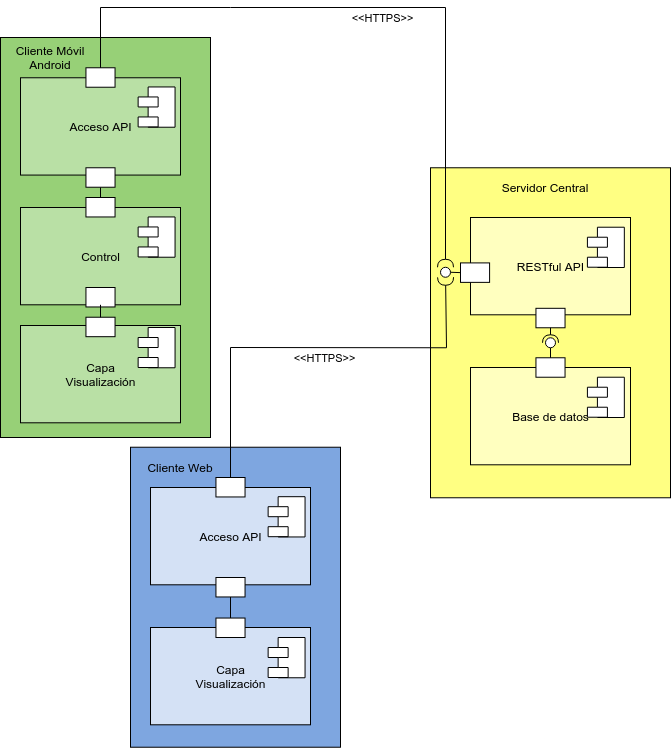
Before: images/componentes_despliegue.png, a diagram exported from draw.io (UNIZAR-30226-2021-11/plan-GADM-proyecto). Source tidied: cells renumbered, new cells last; positions are measured from the earlier drawing's top-left corner, leaving out a move shared by most shapes.
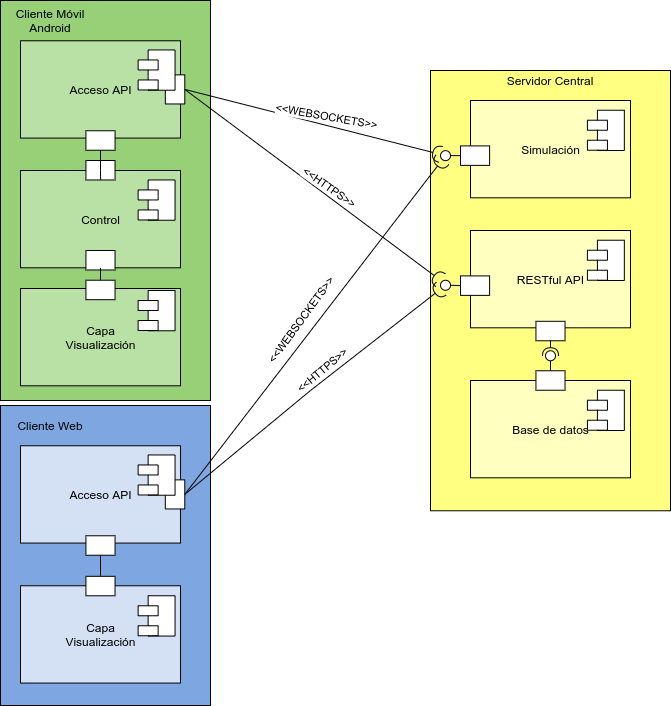
The same diagram one commit later.

Commit message:
Modificado diagrama componentes

Diff of the diagram source:
```diff
@@ -2,65 +2,113 @@
   <root>
     <mxCell id="0" />
     <mxCell id="1" parent="0" />
+    <mxCell id="20" style="rounded=0;whiteSpace=wrap;html=1;fillColor=#ffff82;" parent="1" vertex="1">
+      <mxGeometry x="430" y="50" width="240" height="440.3" as="geometry" />
+    </mxCell>
     <mxCell id="2" style="group;" parent="1" vertex="1">
       <mxGeometry x="20" y="80.3" width="200" height="349.7" as="geometry" />
     </mxCell>
     <mxCell id="3" style="group;" parent="2" vertex="1">
       <mxGeometry y="9.7" width="200" height="340" as="geometry" />
     </mxCell>
+    <mxCell id="56" style="group;" parent="3" vertex="1">
+      <mxGeometry x="-20" y="-110" width="210" height="400" as="geometry" />
+    </mxCell>
-    <mxCell id="4" style="rounded=0;whiteSpace=wrap;html=1;fillColor=#97D077;" parent="3" vertex="1">
-      <mxGeometry x="-20" y="-60" width="210" height="400" as="geometry" />
+    <mxCell id="4" style="rounded=0;whiteSpace=wrap;html=1;fillColor=#97D077;" parent="56" vertex="1">
+      <mxGeometry width="210" height="400" as="geometry" />
     </mxCell>
-    <mxCell id="5" value="Acceso API" style="html=1;fillColor=#B9E0A5;" parent="3" vertex="1">
-      <mxGeometry y="-19.7" width="160" height="97.3" as="geometry" />
+    <mxCell id="5" value="Acceso API" style="html=1;fillColor=#B9E0A5;" parent="56" vertex="1">
+      <mxGeometry x="20" y="40.3" width="160" height="97.3" as="geometry" />
     </mxCell>
-    <mxCell id="6" style="whiteSpace=wrap;html=1;" parent="3" vertex="1">
-      <mxGeometry x="65.5" y="-29.7" width="29.1" height="19.5" as="geometry" />
+    <mxCell id="6" style="whiteSpace=wrap;html=1;rotation=90;" parent="56" vertex="1">
+      <mxGeometry x="160" y="79.2" width="29.1" height="19.5" as="geometry" />
     </mxCell>
-    <mxCell id="7" style="shape=module;align=left;spacingLeft=20;align=center;verticalAlign=top;" parent="3" vertex="1">
-      <mxGeometry x="117.6" y="-10.5" width="36.9" height="40.3" as="geometry" />
+    <mxCell id="7" style="shape=module;align=left;spacingLeft=20;align=center;verticalAlign=top;" parent="56" vertex="1">
+      <mxGeometry x="137.6" y="49.5" width="36.9" height="40.3" as="geometry" />
     </mxCell>
-    <mxCell id="8" value="Cliente Móvil&lt;br&gt;Android" style="text;html=1;strokeColor=none;fillColor=none;align=center;verticalAlign=middle;whiteSpace=wrap;rounded=0;" parent="3" vertex="1">
-      <mxGeometry x="-20" y="-49.7" width="100" height="20" as="geometry" />
+    <mxCell id="8" value="Cliente Móvil&lt;br&gt;Android" style="text;html=1;strokeColor=none;fillColor=none;align=center;verticalAlign=middle;whiteSpace=wrap;rounded=0;" parent="56" vertex="1">
+      <mxGeometry y="10.3" width="100" height="20" as="geometry" />
     </mxCell>
-    <mxCell id="9" value="Capa&lt;br&gt;Visualización" style="html=1;fillColor=#B9E0A5;" parent="3" vertex="1">
-      <mxGeometry y="228" width="160" height="97.3" as="geometry" />
+    <mxCell id="9" value="Capa&lt;br&gt;Visualización" style="html=1;fillColor=#B9E0A5;" parent="56" vertex="1">
+      <mxGeometry x="20" y="288" width="160" height="97.3" as="geometry" />
     </mxCell>
-    <mxCell id="10" style="shape=module;align=left;spacingLeft=20;align=center;verticalAlign=top;" parent="3" vertex="1">
-      <mxGeometry x="117.6" y="230" width="36.9" height="40.3" as="geometry" />
+    <mxCell id="10" style="shape=module;align=left;spacingLeft=20;align=center;verticalAlign=top;" parent="56" vertex="1">
+      <mxGeometry x="137.6" y="290" width="36.9" height="40.3" as="geometry" />
     </mxCell>
-    <mxCell id="11" style="edgeStyle=orthogonalEdgeStyle;rounded=0;jettySize=auto;html=1;exitX=0.5;exitY=1;exitDx=0;exitDy=0;endArrow=none;endFill=0;strokeColor=#000000;" parent="3" edge="1" source="12" target="14">
-      <mxGeometry relative="1" as="geometry" />
-    </mxCell>
-    <mxCell id="12" style="whiteSpace=wrap;html=1;" parent="3" vertex="1">
-      <mxGeometry x="65.5" y="70.3" width="29.1" height="19.5" as="geometry" />
+    <mxCell id="12" style="whiteSpace=wrap;html=1;" parent="56" vertex="1">
+      <mxGeometry x="85.5" y="130.3" width="29.1" height="19.5" as="geometry" />
     </mxCell>
-    <mxCell id="13" value="Control" style="html=1;fillColor=#B9E0A5;" parent="3" vertex="1">
-      <mxGeometry y="110" width="160" height="97.3" as="geometry" />
+    <mxCell id="13" value="Control" style="html=1;fillColor=#B9E0A5;" parent="56" vertex="1">
+      <mxGeometry x="20" y="170" width="160" height="97.3" as="geometry" />
     </mxCell>
-    <mxCell id="14" style="whiteSpace=wrap;html=1;" parent="3" vertex="1">
-      <mxGeometry x="65.5" y="100" width="29.1" height="19.5" as="geometry" />
+    <mxCell id="14" style="whiteSpace=wrap;html=1;" parent="56" vertex="1">
+      <mxGeometry x="85.5" y="160" width="29.1" height="19.5" as="geometry" />
     </mxCell>
+    <mxCell id="11" style="edgeStyle=orthogonalEdgeStyle;rounded=0;jettySize=auto;html=1;exitX=0.5;exitY=1;exitDx=0;exitDy=0;endArrow=none;endFill=0;strokeColor=#000000;" parent="56" edge="1" source="12" target="14">
+      <mxGeometry relative="1" as="geometry" />
+    </mxCell>
-    <mxCell id="15" style="shape=module;align=left;spacingLeft=20;align=center;verticalAlign=top;" parent="3" vertex="1">
-      <mxGeometry x="117.6" y="119.5" width="36.9" height="40.3" as="geometry" />
+    <mxCell id="15" style="shape=module;align=left;spacingLeft=20;align=center;verticalAlign=top;" parent="56" vertex="1">
+      <mxGeometry x="137.6" y="179.5" width="36.9" height="40.3" as="geometry" />
     </mxCell>
-    <mxCell id="16" style="whiteSpace=wrap;html=1;" parent="3" vertex="1">
-      <mxGeometry x="65.5" y="190" width="29.1" height="19.5" as="geometry" />
+    <mxCell id="16" style="whiteSpace=wrap;html=1;" parent="56" vertex="1">
+      <mxGeometry x="85.5" y="250" width="29.1" height="19.5" as="geometry" />
     </mxCell>
-    <mxCell id="17" style="whiteSpace=wrap;html=1;" parent="3" vertex="1">
-      <mxGeometry x="65.5" y="219.7" width="29.1" height="19.5" as="geometry" />
+    <mxCell id="17" style="whiteSpace=wrap;html=1;" parent="56" vertex="1">
+      <mxGeometry x="85.5" y="279.7" width="29.1" height="19.5" as="geometry" />
     </mxCell>
-    <mxCell id="18" style="endArrow=none;html=1;exitX=0.5;exitY=0;exitDx=0;exitDy=0;" parent="3" edge="1" source="17" target="13">
+    <mxCell id="18" style="endArrow=none;html=1;exitX=0.5;exitY=0;exitDx=0;exitDy=0;" parent="56" edge="1" source="17" target="13">
       <mxGeometry relative="1" as="geometry" />
     </mxCell>
-    <mxCell id="19" style="group;" parent="1" vertex="1">
-      <mxGeometry x="430" y="160.3" width="240" height="330" as="geometry" />
-    </mxCell>
-    <mxCell id="20" style="rounded=0;whiteSpace=wrap;html=1;fillColor=#ffff82;" parent="19" vertex="1">
-      <mxGeometry width="240" height="330" as="geometry" />
-    </mxCell>
+    <mxCell id="42" style="group;" parent="1" vertex="1">
+      <mxGeometry x="20" y="435.3" width="200" height="249.7" as="geometry" />
+    </mxCell>
+    <mxCell id="43" style="group;" parent="42" vertex="1">
+      <mxGeometry y="9.7" width="200" height="240" as="geometry" />
+    </mxCell>
+    <mxCell id="44" style="rounded=0;whiteSpace=wrap;html=1;fillColor=#7EA6E0;" parent="43" vertex="1">
+      <mxGeometry x="-20" y="-60" width="210" height="300" as="geometry" />
+    </mxCell>
+    <mxCell id="45" value="Acceso API" style="html=1;fillColor=#D4E1F5;" parent="43" vertex="1">
+      <mxGeometry y="-19.7" width="160" height="97.3" as="geometry" />
+    </mxCell>
+    <mxCell id="46" style="whiteSpace=wrap;html=1;rotation=90;" parent="43" vertex="1">
+      <mxGeometry x="140" y="19.2" width="29.1" height="19.5" as="geometry" />
+    </mxCell>
+    <mxCell id="47" style="shape=module;align=left;spacingLeft=20;align=center;verticalAlign=top;" parent="43" vertex="1">
+      <mxGeometry x="117.6" y="-10.5" width="36.9" height="40.3" as="geometry" />
+    </mxCell>
+    <mxCell id="48" value="Cliente Web" style="text;html=1;strokeColor=none;fillColor=none;align=center;verticalAlign=middle;whiteSpace=wrap;rounded=0;" parent="43" vertex="1">
+      <mxGeometry x="-20" y="-49.7" width="100" height="20" as="geometry" />
+    </mxCell>
+    <mxCell id="49" value="Capa&lt;br&gt;Visualización" style="html=1;fillColor=#D4E1F5;" parent="43" vertex="1">
+      <mxGeometry y="120.3" width="160" height="97.3" as="geometry" />
+    </mxCell>
+    <mxCell id="50" style="shape=module;align=left;spacingLeft=20;align=center;verticalAlign=top;" parent="43" vertex="1">
+      <mxGeometry x="117.6" y="130.3" width="36.9" height="40.3" as="geometry" />
+    </mxCell>
+    <mxCell id="51" style="edgeStyle=orthogonalEdgeStyle;rounded=0;jettySize=auto;html=1;exitX=0.5;exitY=1;exitDx=0;exitDy=0;endArrow=none;endFill=0;strokeColor=#000000;" parent="43" edge="1" source="52" target="53">
+      <mxGeometry relative="1" as="geometry" />
+    </mxCell>
+    <mxCell id="52" style="whiteSpace=wrap;html=1;" parent="43" vertex="1">
+      <mxGeometry x="65.5" y="70.3" width="29.1" height="19.5" as="geometry" />
+    </mxCell>
+    <mxCell id="53" style="whiteSpace=wrap;html=1;" parent="43" vertex="1">
+      <mxGeometry x="65.5" y="110.8" width="29.1" height="19.5" as="geometry" />
+    </mxCell>
+    <mxCell id="54" style="rounded=0;jettySize=auto;html=1;endArrow=halfCircle;endFill=0;endSize=6;strokeWidth=1;exitX=0.5;exitY=0;exitDx=0;exitDy=0;" parent="1" edge="1" source="46" target="38">
+      <mxGeometry relative="1" as="geometry">
+        <Array as="points">
+          <mxPoint x="310" y="370" />
+        </Array>
+      </mxGeometry>
+    </mxCell>
+    <mxCell id="55" value="&amp;lt;&amp;lt;HTTPS&amp;gt;&amp;gt;" style="edgeLabel;html=1;align=center;verticalAlign=middle;rotation=-40;" parent="54" vertex="1">
+      <mxGeometry x="0.07" y="-1" relative="1" as="geometry">
+        <mxPoint y="-12" as="offset" />
+      </mxGeometry>
+    </mxCell>
-    <mxCell id="21" style="group;" parent="19" vertex="1">
-      <mxGeometry x="40" y="190" width="160" height="120" as="geometry" />
+    <mxCell id="21" style="group;" parent="1" vertex="1">
+      <mxGeometry x="470" y="350.3" width="160" height="120" as="geometry" />
     </mxCell>
     <mxCell id="22" style="group;" parent="21" vertex="1">
       <mxGeometry y="9.7" width="160" height="110.3" as="geometry" />
@@ -77,8 +125,8 @@
     <mxCell id="26" style="whiteSpace=wrap;html=1;" parent="21" vertex="1">
       <mxGeometry x="65.5" width="29.1" height="19.5" as="geometry" />
     </mxCell>
-    <mxCell id="27" style="group;" parent="19" vertex="1">
-      <mxGeometry x="40" y="40" width="160" height="120" as="geometry" />
+    <mxCell id="27" style="group;" parent="1" vertex="1">
+      <mxGeometry x="470" y="200.3" width="160" height="120" as="geometry" />
     </mxCell>
     <mxCell id="28" style="group;" parent="27" vertex="1">
       <mxGeometry y="9.7" width="160" height="110.3" as="geometry" />
@@ -98,86 +146,71 @@
     <mxCell id="33" style="whiteSpace=wrap;html=1;" parent="28" vertex="1">
       <mxGeometry x="-10" y="45.4" width="29.1" height="19.5" as="geometry" />
     </mxCell>
-    <mxCell id="34" style="rounded=0;jettySize=auto;html=1;endArrow=none;endFill=0;strokeColor=#000000;exitX=0.5;exitY=0;exitDx=0;exitDy=0;" parent="19" edge="1" source="26" target="36">
-      <mxGeometry relative="1" as="geometry" />
+    <mxCell id="34" style="rounded=0;jettySize=auto;html=1;endArrow=none;endFill=0;strokeColor=#000000;exitX=0.5;exitY=0;exitDx=0;exitDy=0;" parent="1" edge="1" source="26" target="36">
+      <mxGeometry x="-1710" y="200.3" as="geometry" />
     </mxCell>
-    <mxCell id="35" style="rounded=0;jettySize=auto;html=1;endArrow=halfCircle;endFill=0;entryX=0.5;entryY=0.5;entryDx=0;entryDy=0;endSize=6;strokeWidth=1;exitX=0.5;exitY=1;exitDx=0;exitDy=0;" parent="19" edge="1" source="32" target="36">
-      <mxGeometry relative="1" as="geometry" />
+    <mxCell id="35" style="rounded=0;jettySize=auto;html=1;endArrow=halfCircle;endFill=0;entryX=0.5;entryY=0.5;entryDx=0;entryDy=0;endSize=6;strokeWidth=1;exitX=0.5;exitY=1;exitDx=0;exitDy=0;" parent="1" edge="1" source="32" target="36">
+      <mxGeometry x="-1710" y="200.3" as="geometry" />
     </mxCell>
-    <mxCell id="36" style="ellipse;whiteSpace=wrap;html=1;fontFamily=Helvetica;fontSize=12;fontColor=#000000;align=center;strokeColor=#000000;fillColor=#ffffff;points=[];direction=east;" parent="19" vertex="1">
-      <mxGeometry x="115" y="170" width="10" height="10" as="geometry" />
+    <mxCell id="36" style="ellipse;whiteSpace=wrap;html=1;fontFamily=Helvetica;fontSize=12;fontColor=#000000;align=center;strokeColor=#000000;fillColor=#ffffff;points=[];direction=east;" parent="1" vertex="1">
+      <mxGeometry x="545" y="330.3" width="10" height="10" as="geometry" />
     </mxCell>
-    <mxCell id="37" style="rounded=0;jettySize=auto;html=1;endArrow=none;endFill=0;strokeColor=#000000;exitX=0;exitY=0.5;exitDx=0;exitDy=0;" parent="19" edge="1" source="33" target="38">
-      <mxGeometry relative="1" as="geometry" />
+    <mxCell id="37" style="rounded=0;jettySize=auto;html=1;endArrow=none;endFill=0;strokeColor=#000000;exitX=0;exitY=0.5;exitDx=0;exitDy=0;" parent="1" edge="1" source="33" target="38">
+      <mxGeometry x="-1710" y="200.3" as="geometry" />
     </mxCell>
-    <mxCell id="38" style="ellipse;whiteSpace=wrap;html=1;fontFamily=Helvetica;fontSize=12;fontColor=#000000;align=center;strokeColor=#000000;fillColor=#ffffff;points=[];" parent="19" vertex="1">
-      <mxGeometry x="10" y="99.5" width="10" height="10" as="geometry" />
+    <mxCell id="38" style="ellipse;whiteSpace=wrap;html=1;fontFamily=Helvetica;fontSize=12;fontColor=#000000;align=center;strokeColor=#000000;fillColor=#ffffff;points=[];" parent="1" vertex="1">
+      <mxGeometry x="440" y="259.8" width="10" height="10" as="geometry" />
     </mxCell>
-    <mxCell id="39" value="Servidor Central" style="text;html=1;strokeColor=none;fillColor=none;align=center;verticalAlign=middle;whiteSpace=wrap;rounded=0;" parent="19" vertex="1">
-      <mxGeometry x="60" y="10" width="110" height="20" as="geometry" />
+    <mxCell id="39" value="Servidor Central" style="text;html=1;strokeColor=none;fillColor=none;align=center;verticalAlign=middle;whiteSpace=wrap;rounded=0;" parent="1" vertex="1">
+      <mxGeometry x="495" y="50" width="110" height="20" as="geometry" />
     </mxCell>
+    <mxCell id="57" style="group;" parent="1" vertex="1">
+      <mxGeometry x="470" y="70.3" width="160" height="120" as="geometry" />
+    </mxCell>
+    <mxCell id="58" style="group;" parent="57" vertex="1">
+      <mxGeometry y="9.7" width="160" height="110.3" as="geometry" />
+    </mxCell>
+    <mxCell id="59" value="Simulación" style="html=1;fillColor=#ffffbf;" parent="58" vertex="1">
+      <mxGeometry width="160" height="97.3" as="geometry" />
+    </mxCell>
+    <mxCell id="60" style="group;" parent="58" vertex="1">
+      <mxGeometry width="160" height="97.3" as="geometry" />
+    </mxCell>
+    <mxCell id="61" style="shape=module;align=left;spacingLeft=20;align=center;verticalAlign=top;" parent="60" vertex="1">
+      <mxGeometry x="116.9" y="9.7" width="36.9" height="40.3" as="geometry" />
+    </mxCell>
+    <mxCell id="62" style="whiteSpace=wrap;html=1;" parent="58" vertex="1">
+      <mxGeometry x="-10" y="45.4" width="29.1" height="19.5" as="geometry" />
+    </mxCell>
-    <mxCell id="40" style="rounded=0;jettySize=auto;html=1;endArrow=halfCircle;endFill=0;endSize=6;strokeWidth=1;exitX=0.5;exitY=0;exitDx=0;exitDy=0;" parent="1" edge="1" source="6" target="38">
-      <mxGeometry relative="1" as="geometry">
-        <Array as="points">
-          <mxPoint x="100" />
-          <mxPoint x="230" />
-          <mxPoint x="445" />
-        </Array>
-      </mxGeometry>
+    <mxCell id="40" style="rounded=0;jettySize=auto;html=1;endArrow=halfCircle;endFill=0;endSize=6;strokeWidth=1;exitX=0.5;exitY=0;exitDx=0;exitDy=0;entryX=0.021;entryY=0.013;entryDx=0;entryDy=0;entryPerimeter=0;" parent="1" edge="1" source="6" target="38">
+      <mxGeometry relative="1" as="geometry" />
     </mxCell>
-    <mxCell id="41" value="&amp;lt;&amp;lt;HTTPS&amp;gt;&amp;gt;" style="edgeLabel;html=1;align=center;verticalAlign=middle;" parent="40" vertex="1">
+    <mxCell id="41" value="&amp;lt;&amp;lt;HTTPS&amp;gt;&amp;gt;" style="edgeLabel;html=1;align=center;verticalAlign=middle;rotation=35;" parent="40" vertex="1">
       <mxGeometry x="-0.09" y="2" relative="1" as="geometry">
-        <mxPoint x="40.3" y="12" as="offset" />
+        <mxPoint x="27" y="12" as="offset" />
       </mxGeometry>
     </mxCell>
-    <mxCell id="42" style="group;" parent="1" vertex="1">
-      <mxGeometry x="150" y="490" width="200" height="249.7" as="geometry" />
-    </mxCell>
-    <mxCell id="43" style="group;" parent="42" vertex="1">
-      <mxGeometry y="9.7" width="200" height="240" as="geometry" />
-    </mxCell>
-    <mxCell id="44" style="rounded=0;whiteSpace=wrap;html=1;fillColor=#7EA6E0;" parent="43" vertex="1">
-      <mxGeometry x="-20" y="-60" width="210" height="300" as="geometry" />
-    </mxCell>
-    <mxCell id="45" value="Acceso API" style="html=1;fillColor=#D4E1F5;" parent="43" vertex="1">
-      <mxGeometry y="-19.7" width="160" height="97.3" as="geometry" />
-    </mxCell>
-    <mxCell id="46" style="whiteSpace=wrap;html=1;" parent="43" vertex="1">
-      <mxGeometry x="65.5" y="-29.7" width="29.1" height="19.5" as="geometry" />
-    </mxCell>
-    <mxCell id="47" style="shape=module;align=left;spacingLeft=20;align=center;verticalAlign=top;" parent="43" vertex="1">
-      <mxGeometry x="117.6" y="-10.5" width="36.9" height="40.3" as="geometry" />
-    </mxCell>
-    <mxCell id="48" value="Cliente Web" style="text;html=1;strokeColor=none;fillColor=none;align=center;verticalAlign=middle;whiteSpace=wrap;rounded=0;" parent="43" vertex="1">
-      <mxGeometry x="-20" y="-49.7" width="100" height="20" as="geometry" />
-    </mxCell>
-    <mxCell id="49" value="Capa&lt;br&gt;Visualización" style="html=1;fillColor=#D4E1F5;" parent="43" vertex="1">
-      <mxGeometry y="120.3" width="160" height="97.3" as="geometry" />
-    </mxCell>
-    <mxCell id="50" style="shape=module;align=left;spacingLeft=20;align=center;verticalAlign=top;" parent="43" vertex="1">
-      <mxGeometry x="117.6" y="130.3" width="36.9" height="40.3" as="geometry" />
-    </mxCell>
-    <mxCell id="51" style="edgeStyle=orthogonalEdgeStyle;rounded=0;jettySize=auto;html=1;exitX=0.5;exitY=1;exitDx=0;exitDy=0;endArrow=none;endFill=0;strokeColor=#000000;" parent="43" edge="1" source="52" target="53">
-      <mxGeometry relative="1" as="geometry" />
-    </mxCell>
-    <mxCell id="52" style="whiteSpace=wrap;html=1;" parent="43" vertex="1">
-      <mxGeometry x="65.5" y="70.3" width="29.1" height="19.5" as="geometry" />
-    </mxCell>
-    <mxCell id="53" style="whiteSpace=wrap;html=1;" parent="43" vertex="1">
-      <mxGeometry x="65.5" y="110.8" width="29.1" height="19.5" as="geometry" />
-    </mxCell>
-    <mxCell id="54" style="rounded=0;jettySize=auto;html=1;endArrow=halfCircle;endFill=0;endSize=6;strokeWidth=1;exitX=0.5;exitY=0;exitDx=0;exitDy=0;" parent="1" edge="1" source="46" target="38">
-      <mxGeometry relative="1" as="geometry">
-        <Array as="points">
-          <mxPoint x="230" y="340" />
-          <mxPoint x="446" y="340.3" />
-        </Array>
-      </mxGeometry>
-    </mxCell>
-    <mxCell id="55" value="&amp;lt;&amp;lt;HTTPS&amp;gt;&amp;gt;" style="edgeLabel;html=1;align=center;verticalAlign=middle;" parent="54" vertex="1">
-      <mxGeometry x="0.07" y="-1" relative="1" as="geometry">
-        <mxPoint y="9" as="offset" />
-      </mxGeometry>
-    </mxCell>
+    <mxCell id="63" style="ellipse;whiteSpace=wrap;html=1;fontFamily=Helvetica;fontSize=12;fontColor=#000000;align=center;strokeColor=#000000;fillColor=#ffffff;points=[];" parent="1" vertex="1">
+      <mxGeometry x="440" y="130.1" width="10" height="10" as="geometry" />
+    </mxCell>
+    <mxCell id="64" style="rounded=0;jettySize=auto;html=1;endArrow=halfCircle;endFill=0;endSize=6;strokeWidth=1;exitX=0.5;exitY=0;exitDx=0;exitDy=0;" parent="1" edge="1" source="6" target="63">
+      <mxGeometry relative="1" as="geometry" />
+    </mxCell>
+    <mxCell id="65" value="&amp;lt;&amp;lt;WEBSOCKETS&amp;gt;&amp;gt;" style="edgeLabel;html=1;align=center;verticalAlign=middle;rotation=10;" parent="64" vertex="1">
+      <mxGeometry x="-0.09" y="2" relative="1" as="geometry">
+        <mxPoint x="25" y="-1" as="offset" />
+      </mxGeometry>
+    </mxCell>
+    <mxCell id="66" style="rounded=0;jettySize=auto;html=1;endArrow=halfCircle;endFill=0;endSize=6;strokeWidth=1;exitX=0.5;exitY=0;exitDx=0;exitDy=0;" parent="1" edge="1" source="46" target="63">
+      <mxGeometry relative="1" as="geometry" />
+    </mxCell>
+    <mxCell id="67" value="&amp;lt;&amp;lt;WEBSOCKETS&amp;gt;&amp;gt;" style="edgeLabel;html=1;align=center;verticalAlign=middle;rotation=-54;" parent="66" vertex="1">
+      <mxGeometry x="-0.09" y="2" relative="1" as="geometry">
+        <mxPoint x="1" y="-21" as="offset" />
+      </mxGeometry>
+    </mxCell>
+    <mxCell id="68" style="edgeStyle=orthogonalEdgeStyle;rounded=0;jettySize=auto;html=1;exitX=0;exitY=0.5;exitDx=0;exitDy=0;entryX=0.952;entryY=0.438;entryDx=0;entryDy=0;entryPerimeter=0;endArrow=none;endFill=0;" parent="1" edge="1" source="62" target="63">
+      <mxGeometry relative="1" as="geometry" />
+    </mxCell>
   </root>
 </mxGraphModel>
```
